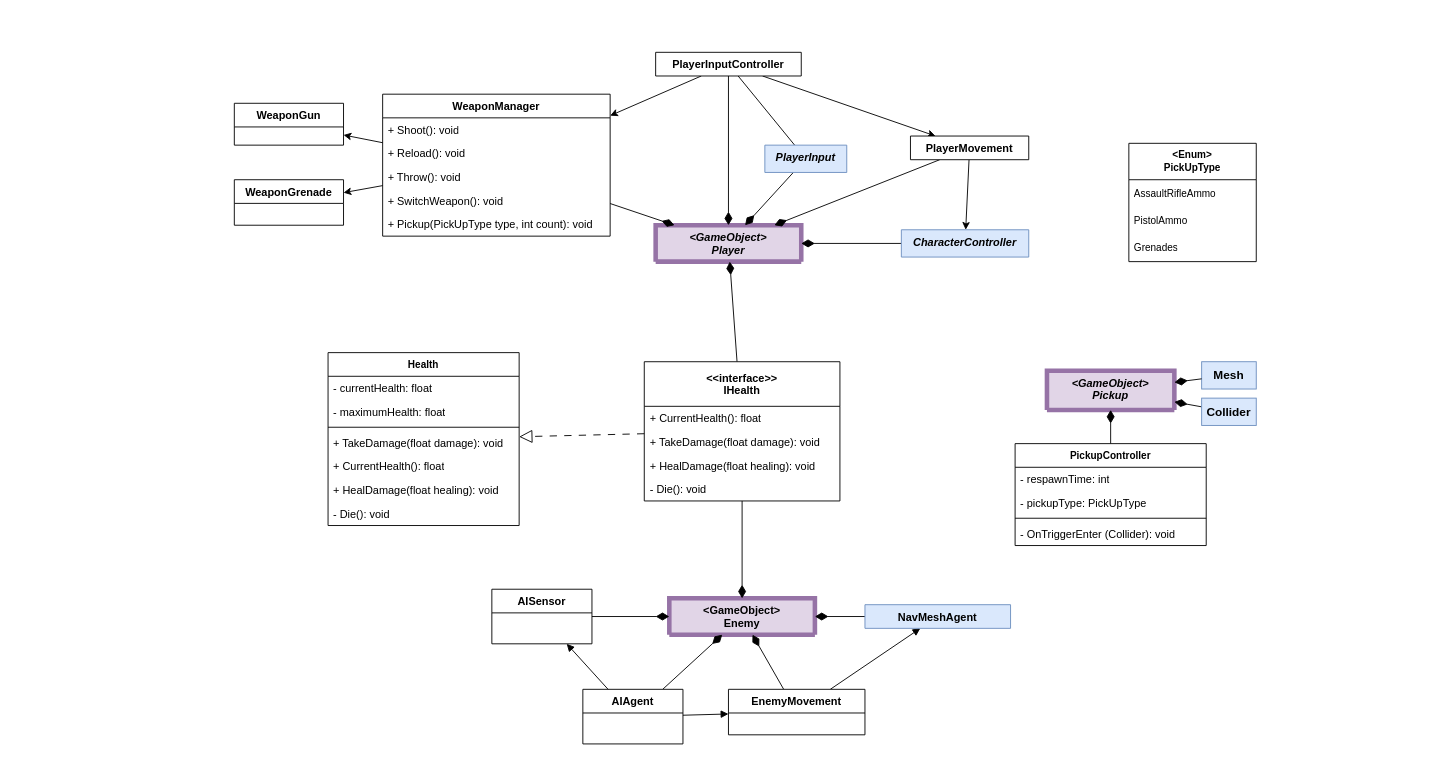
The draw.io diagram Entities.drawio in dana-jadzia/SGD213_Task-2-Wiki, before the edit. Source tidied: cells renumbered, new cells numbered last; positions are measured from the earlier drawing's top-left corner, leaving out a move shared by most shapes. Both pictures are drawn from the tidied source at 91%, with x=0, y=0 at pixel (234, 52).
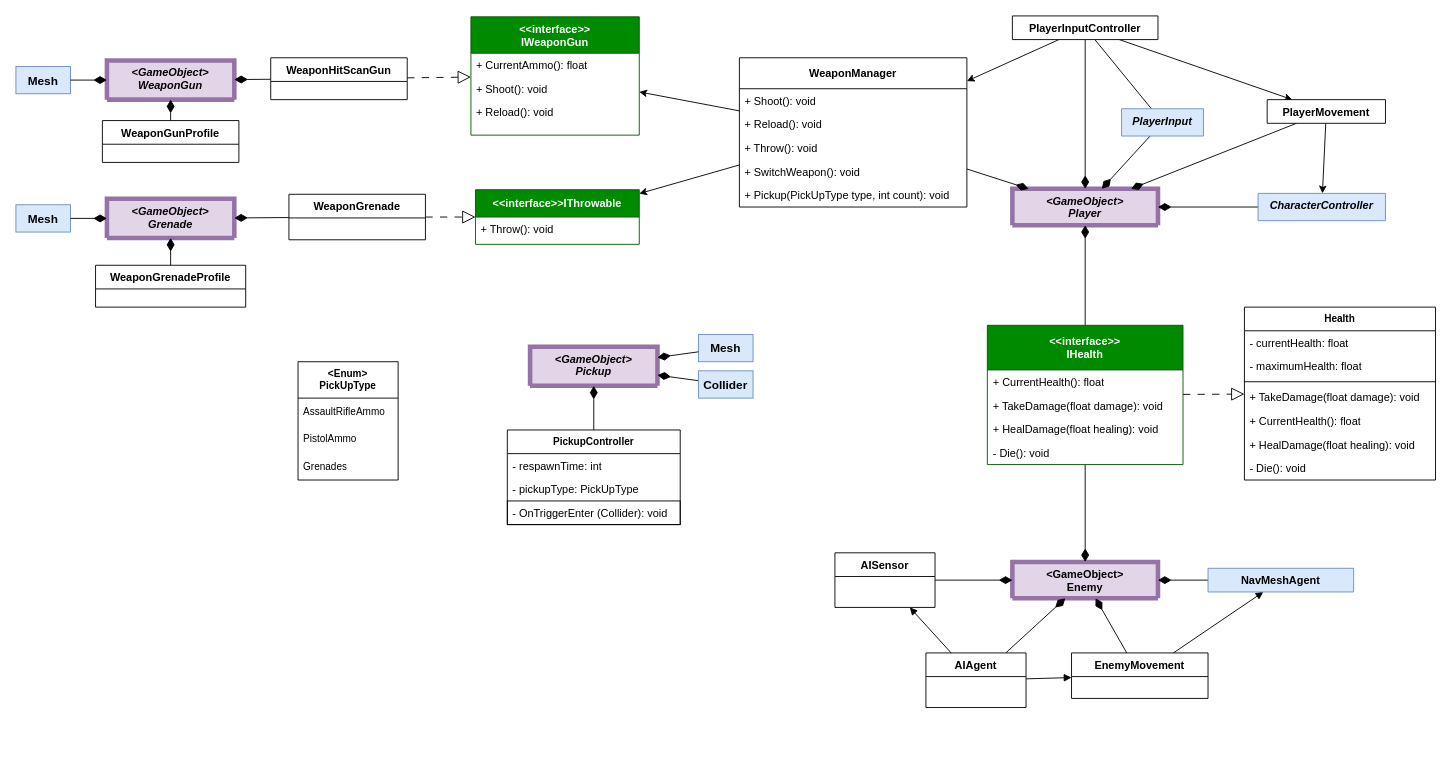
Above is the later version.

The edit, as a diff of the source:
```diff
@@
     <mxCell id="2" value="&lt;GameObject&gt;&#10;Player" style="swimlane;fontStyle=3;align=center;verticalAlign=top;horizontal=1;startSize=40;rounded=0;shadow=0;strokeWidth=5;fillColor=#e1d5e7;strokeColor=#9673a6;swimlaneFillColor=none;fillStyle=auto;" parent="1" vertex="1" collapsed="1">
-      <mxGeometry x="463" y="190" width="160" height="40" as="geometry" />
+      <mxGeometry x="855" y="150" width="160" height="40" as="geometry" />
     </mxCell>
     <mxCell id="3" value="&lt;GameObject&gt;&#10;Enemy" style="swimlane;fontStyle=1;align=center;verticalAlign=top;horizontal=1;startSize=40;rounded=0;shadow=0;strokeWidth=5;fillColor=#e1d5e7;strokeColor=#9673a6;" parent="1" vertex="1" collapsed="1">
-      <mxGeometry x="478" y="600" width="160" height="40" as="geometry" />
+      <mxGeometry x="855" y="560" width="160" height="40" as="geometry" />
     </mxCell>
-    <mxCell id="4" style="edgeStyle=none;shape=connector;rounded=0;jettySize=auto;html=1;strokeColor=default;align=center;verticalAlign=middle;fontFamily=Helvetica;fontSize=11;fontColor=default;labelBackgroundColor=default;endArrow=classic;" parent="1" edge="1" source="9" target="5">
-      <mxGeometry relative="1" as="geometry" />
-    </mxCell>
-    <mxCell id="5" value="WeaponGun" style="swimlane;fontStyle=1;align=center;verticalAlign=top;horizontal=1;startSize=26;rounded=0;shadow=0;strokeWidth=1;" parent="1" vertex="1">
-      <mxGeometry y="56" width="120" height="46" as="geometry" />
+    <mxCell id="5" value="WeaponHitScanGun" style="swimlane;fontStyle=1;align=center;verticalAlign=top;horizontal=1;startSize=26;rounded=0;shadow=0;strokeWidth=1;" parent="1" vertex="1">
+      <mxGeometry x="40" y="6" width="150" height="46" as="geometry" />
     </mxCell>
-    <mxCell id="6" style="edgeStyle=none;shape=connector;rounded=0;jettySize=auto;html=1;strokeColor=default;align=center;verticalAlign=middle;fontFamily=Helvetica;fontSize=11;fontColor=default;labelBackgroundColor=default;endArrow=classic;" parent="1" edge="1" source="9" target="7">
-      <mxGeometry relative="1" as="geometry" />
-    </mxCell>
     <mxCell id="7" value="WeaponGrenade" style="swimlane;fontStyle=1;align=center;verticalAlign=top;horizontal=1;startSize=26;rounded=0;shadow=0;strokeWidth=1;" parent="1" vertex="1">
-      <mxGeometry y="140" width="120" height="50" as="geometry" />
+      <mxGeometry x="60" y="156" width="150" height="50" as="geometry" />
     </mxCell>
@@
+    <mxCell id="69" style="rounded=0;jettySize=auto;html=1;" parent="1" edge="1" source="9" target="70">
+      <mxGeometry relative="1" as="geometry" />
+    </mxCell>
-    <mxCell id="9" value="WeaponManager" style="swimlane;fontStyle=1;align=center;verticalAlign=top;horizontal=1;startSize=26;rounded=0;shadow=0;strokeWidth=1;" parent="1" vertex="1">
-      <mxGeometry x="163" y="46" width="250" height="156" as="geometry" />
+    <mxCell id="9" value="WeaponManager" style="swimlane;fontStyle=1;align=center;verticalAlign=middle;horizontal=1;startSize=34;rounded=0;shadow=0;strokeWidth=1;" parent="1" vertex="1">
+      <mxGeometry x="555" y="6" width="250" height="164" as="geometry" />
     </mxCell>
     <mxCell id="10" value="+ Shoot(): void" style="text;strokeColor=none;fillColor=none;align=left;verticalAlign=top;spacingLeft=4;spacingRight=4;overflow=hidden;whiteSpace=wrap;html=1;" parent="9" vertex="1">
-      <mxGeometry y="26" width="250" height="26" as="geometry" />
+      <mxGeometry y="34" width="250" height="26" as="geometry" />
     </mxCell>
     <mxCell id="11" value="&lt;div&gt;+ Reload(): void&lt;/div&gt;" style="text;strokeColor=none;fillColor=none;align=left;verticalAlign=top;spacingLeft=4;spacingRight=4;overflow=hidden;whiteSpace=wrap;html=1;" parent="9" vertex="1">
-      <mxGeometry y="52" width="250" height="26" as="geometry" />
+      <mxGeometry y="60" width="250" height="26" as="geometry" />
     </mxCell>
     <mxCell id="12" value="+ Throw(): void" style="text;strokeColor=none;fillColor=none;align=left;verticalAlign=top;spacingLeft=4;spacingRight=4;overflow=hidden;whiteSpace=wrap;html=1;" parent="9" vertex="1">
-      <mxGeometry y="78" width="250" height="26" as="geometry" />
+      <mxGeometry y="86" width="250" height="26" as="geometry" />
     </mxCell>
     <mxCell id="13" value="+ SwitchWeapon(): void" style="text;strokeColor=none;fillColor=none;align=left;verticalAlign=top;spacingLeft=4;spacingRight=4;overflow=hidden;whiteSpace=wrap;html=1;" parent="9" vertex="1">
-      <mxGeometry y="104" width="250" height="26" as="geometry" />
+      <mxGeometry y="112" width="250" height="26" as="geometry" />
     </mxCell>
     <mxCell id="14" value="+ Pickup(PickUpType type, int count): void" style="text;strokeColor=none;fillColor=none;align=left;verticalAlign=top;spacingLeft=4;spacingRight=4;overflow=hidden;whiteSpace=wrap;html=1;" parent="9" vertex="1">
-      <mxGeometry y="130" width="250" height="26" as="geometry" />
+      <mxGeometry y="138" width="250" height="26" as="geometry" />
     </mxCell>
@@
     <mxCell id="19" value="PlayerInputController" style="swimlane;fontStyle=1;align=center;verticalAlign=top;horizontal=1;startSize=26;rounded=0;shadow=0;strokeWidth=1;" parent="1" vertex="1" collapsed="1">
-      <mxGeometry x="463" width="160" height="26" as="geometry" />
+      <mxGeometry x="855" y="-40" width="160" height="26" as="geometry" />
     </mxCell>
@@
     <mxCell id="22" value="PlayerMovement" style="swimlane;fontStyle=1;align=center;verticalAlign=top;horizontal=1;startSize=26;rounded=0;shadow=0;strokeWidth=1;" parent="1" vertex="1" collapsed="1">
-      <mxGeometry x="743" y="92" width="130" height="26" as="geometry" />
+      <mxGeometry x="1135" y="52" width="130" height="26" as="geometry" />
     </mxCell>
@@
     <mxCell id="27" value="AIAgent" style="swimlane;fontStyle=1;align=center;verticalAlign=top;horizontal=1;startSize=26;rounded=0;shadow=0;strokeWidth=1;" parent="1" vertex="1">
-      <mxGeometry x="383" y="700" width="110" height="60" as="geometry" />
+      <mxGeometry x="760" y="660" width="110" height="60" as="geometry" />
     </mxCell>
@@
     <mxCell id="30" value="EnemyMovement" style="swimlane;fontStyle=1;align=center;verticalAlign=top;horizontal=1;startSize=26;rounded=0;shadow=0;strokeWidth=1;" parent="1" vertex="1">
-      <mxGeometry x="543" y="700" width="150" height="50" as="geometry" />
+      <mxGeometry x="920" y="660" width="150" height="50" as="geometry" />
     </mxCell>
@@
     <mxCell id="33" value="AISensor" style="swimlane;fontStyle=1;align=center;verticalAlign=top;horizontal=1;startSize=26;rounded=0;shadow=0;strokeWidth=1;" parent="1" vertex="1">
-      <mxGeometry x="283" y="590" width="110" height="60" as="geometry" />
+      <mxGeometry x="660" y="550" width="110" height="60" as="geometry" />
     </mxCell>
@@
     <mxCell id="35" value="NavMeshAgent" style="swimlane;fontStyle=1;align=center;verticalAlign=top;horizontal=1;startSize=26;rounded=0;shadow=0;strokeWidth=1;fillColor=#dae8fc;strokeColor=#6c8ebf;" parent="1" vertex="1" collapsed="1">
-      <mxGeometry x="693" y="607" width="160" height="26" as="geometry" />
+      <mxGeometry x="1070" y="567" width="160" height="26" as="geometry" />
     </mxCell>
-    <mxCell id="36" value="&lt;&lt;interface&gt;&gt;&#10;IHealth" style="swimlane;fontStyle=1;align=center;verticalAlign=middle;horizontal=1;startSize=49;rounded=0;shadow=0;strokeWidth=1;" parent="1" vertex="1">
-      <mxGeometry x="450.5" y="340" width="215" height="153" as="geometry" />
+    <mxCell id="36" value="&lt;&lt;interface&gt;&gt;&#10;IHealth" style="swimlane;fontStyle=1;align=center;verticalAlign=middle;horizontal=1;startSize=49;rounded=0;shadow=0;strokeWidth=1;fillColor=light-dark(#008A00,#A4FFA9);fontColor=#ffffff;strokeColor=#005700;" parent="1" vertex="1">
+      <mxGeometry x="827.5" y="300" width="215" height="153" as="geometry" />
     </mxCell>
@@
     <mxCell id="42" value="CharacterController" style="swimlane;fontStyle=3;align=center;verticalAlign=top;horizontal=1;startSize=30;rounded=0;shadow=0;strokeWidth=1;fillColor=#dae8fc;strokeColor=#6c8ebf;" parent="1" vertex="1" collapsed="1">
-      <mxGeometry x="733" y="195" width="140" height="30" as="geometry" />
+      <mxGeometry x="1125" y="155" width="140" height="30" as="geometry" />
     </mxCell>
@@
     <mxCell id="45" value="PlayerInput" style="swimlane;fontStyle=3;align=center;verticalAlign=top;horizontal=1;startSize=30;rounded=0;shadow=0;strokeWidth=1;fillColor=#dae8fc;strokeColor=#6c8ebf;" parent="1" vertex="1" collapsed="1">
-      <mxGeometry x="583" y="102" width="90" height="30" as="geometry" />
+      <mxGeometry x="975" y="62" width="90" height="30" as="geometry" />
     </mxCell>
     <mxCell id="46" value="Health" style="swimlane;fontStyle=1;align=center;verticalAlign=top;horizontal=1;startSize=26;whiteSpace=wrap;html=1;fontFamily=Helvetica;fontSize=11;fontColor=default;labelBackgroundColor=default;" parent="1" vertex="1">
-      <mxGeometry x="103" y="330" width="210" height="190" as="geometry" />
+      <mxGeometry x="1110" y="280" width="210" height="190" as="geometry" />
     </mxCell>
@@
     <mxCell id="54" value="&lt;GameObject&gt;&#10;Pickup" style="swimlane;fontStyle=3;align=center;verticalAlign=top;horizontal=1;startSize=43;rounded=0;shadow=0;strokeWidth=5;fillColor=#e1d5e7;strokeColor=#9673a6;" parent="1" vertex="1" collapsed="1">
-      <mxGeometry x="893" y="350" width="140" height="43" as="geometry" />
+      <mxGeometry x="325" y="323.5" width="140" height="43" as="geometry" />
     </mxCell>
@@
     <mxCell id="56" value="&lt;span&gt;Mesh&lt;/span&gt;" style="html=1;whiteSpace=wrap;fontFamily=Helvetica;fontSize=13;labelBackgroundColor=none;fillColor=#dae8fc;strokeColor=#6c8ebf;fontStyle=1;" parent="1" vertex="1">
-      <mxGeometry x="1063" y="340" width="60" height="30" as="geometry" />
+      <mxGeometry x="510" y="310" width="60" height="30" as="geometry" />
     </mxCell>
@@
     <mxCell id="58" value="Collider" style="html=1;whiteSpace=wrap;fontFamily=Helvetica;fontSize=13;labelBackgroundColor=none;fillColor=#dae8fc;strokeColor=#6c8ebf;fontStyle=1;" parent="1" vertex="1">
-      <mxGeometry x="1063" y="380" width="60" height="30" as="geometry" />
+      <mxGeometry x="510" y="350" width="60" height="30" as="geometry" />
     </mxCell>
@@
-    <mxCell id="60" value="PickupController" style="swimlane;fontStyle=1;align=center;verticalAlign=top;horizontal=1;startSize=26;whiteSpace=wrap;html=1;fontFamily=Helvetica;fontSize=11;fontColor=default;labelBackgroundColor=default;" parent="1" vertex="1">
-      <mxGeometry x="858" y="430" width="210" height="112" as="geometry" />
+    <mxCell id="60" value="PickupController" style="swimlane;fontStyle=1;align=center;verticalAlign=top;horizontal=1;startSize=26;whiteSpace=wrap;html=1;fontFamily=Helvetica;fontSize=11;fontColor=default;labelBackgroundColor=default;strokeColor=default;" parent="1" vertex="1">
+      <mxGeometry x="300" y="415" width="190" height="104" as="geometry" />
     </mxCell>
     <mxCell id="61" value="- respawnTime: int" style="text;strokeColor=none;fillColor=none;align=left;verticalAlign=top;spacingLeft=4;spacingRight=4;overflow=hidden;whiteSpace=wrap;html=1;" parent="60" vertex="1">
-      <mxGeometry y="26" width="210" height="26" as="geometry" />
+      <mxGeometry y="26" width="190" height="26" as="geometry" />
     </mxCell>
     <mxCell id="62" value="- pickupType: PickUpType" style="text;strokeColor=none;fillColor=none;align=left;verticalAlign=top;spacingLeft=4;spacingRight=4;overflow=hidden;whiteSpace=wrap;html=1;" parent="60" vertex="1">
-      <mxGeometry y="52" width="210" height="26" as="geometry" />
+      <mxGeometry y="52" width="190" height="26" as="geometry" />
     </mxCell>
-    <mxCell id="63" style="line;strokeWidth=1;fillColor=none;align=left;verticalAlign=middle;spacingTop=-1;spacingLeft=3;spacingRight=3;labelPosition=right;strokeColor=inherit;fontFamily=Helvetica;fontSize=11;fontColor=default;labelBackgroundColor=default;" parent="60" vertex="1">
-      <mxGeometry y="78" width="210" height="8" as="geometry" />
-    </mxCell>
-    <mxCell id="64" value="- OnTriggerEnter (Collider): void" style="text;strokeColor=none;fillColor=none;align=left;verticalAlign=top;spacingLeft=4;spacingRight=4;overflow=hidden;whiteSpace=wrap;html=1;" parent="60" vertex="1">
-      <mxGeometry y="86" width="210" height="26" as="geometry" />
+    <mxCell id="64" value="- OnTriggerEnter (Collider): void" style="text;strokeColor=default;fillColor=none;align=left;verticalAlign=top;spacingLeft=4;spacingRight=4;overflow=hidden;whiteSpace=wrap;html=1;" parent="60" vertex="1">
+      <mxGeometry y="78" width="190" height="26" as="geometry" />
     </mxCell>
     <mxCell id="65" value="&lt;div&gt;&lt;b&gt;&amp;lt;Enum&amp;gt;&lt;/b&gt;&lt;/div&gt;&lt;div&gt;&lt;b&gt;PickUpType&lt;/b&gt;&lt;/div&gt;" style="swimlane;fontStyle=0;horizontal=1;startSize=40;whiteSpace=wrap;html=1;fontFamily=Helvetica;fontSize=11;fontColor=default;labelBackgroundColor=default;" parent="1" vertex="1">
-      <mxGeometry x="983" y="100" width="140" height="130" as="geometry" />
+      <mxGeometry x="70" y="340" width="110" height="130" as="geometry" />
     </mxCell>
     <mxCell id="66" value="AssaultRifleAmmo" style="text;strokeColor=none;fillColor=none;align=left;verticalAlign=middle;spacingLeft=4;spacingRight=4;overflow=hidden;whiteSpace=wrap;html=1;fontFamily=Helvetica;fontSize=11;fontColor=default;labelBackgroundColor=default;" parent="65" vertex="1">
-      <mxGeometry y="40" width="140" height="30" as="geometry" />
+      <mxGeometry y="40" width="110" height="30" as="geometry" />
     </mxCell>
     <mxCell id="67" value="PistolAmmo" style="text;strokeColor=none;fillColor=none;align=left;verticalAlign=middle;spacingLeft=4;spacingRight=4;overflow=hidden;whiteSpace=wrap;html=1;fontFamily=Helvetica;fontSize=11;fontColor=default;labelBackgroundColor=default;" parent="65" vertex="1">
-      <mxGeometry y="70" width="140" height="30" as="geometry" />
+      <mxGeometry y="70" width="110" height="30" as="geometry" />
     </mxCell>
     <mxCell id="68" value="Grenades" style="text;strokeColor=none;fillColor=none;align=left;verticalAlign=middle;spacingLeft=4;spacingRight=4;overflow=hidden;whiteSpace=wrap;html=1;fontFamily=Helvetica;fontSize=11;fontColor=default;labelBackgroundColor=default;" parent="65" vertex="1">
-      <mxGeometry y="100" width="140" height="30" as="geometry" />
+      <mxGeometry y="100" width="110" height="30" as="geometry" />
     </mxCell>
+    <mxCell id="70" value="&lt;&lt;interface&gt;&gt;&#10;IWeaponGun" style="swimlane;fontStyle=1;align=center;verticalAlign=middle;horizontal=1;startSize=40;rounded=0;shadow=0;strokeWidth=1;fillColor=light-dark(#008A00,#A4FFA9);fontColor=#ffffff;strokeColor=#005700;" parent="1" vertex="1">
+      <mxGeometry x="260" y="-39" width="185" height="130" as="geometry" />
+    </mxCell>
+    <mxCell id="71" value="+ CurrentAmmo(): float" style="text;strokeColor=none;fillColor=none;align=left;verticalAlign=top;spacingLeft=4;spacingRight=4;overflow=hidden;whiteSpace=wrap;html=1;" parent="70" vertex="1">
+      <mxGeometry y="40" width="185" height="26" as="geometry" />
+    </mxCell>
+    <mxCell id="72" value="+ Shoot(): void" style="text;strokeColor=none;fillColor=none;align=left;verticalAlign=top;spacingLeft=4;spacingRight=4;overflow=hidden;whiteSpace=wrap;html=1;" parent="70" vertex="1">
+      <mxGeometry y="66" width="185" height="26" as="geometry" />
+    </mxCell>
+    <mxCell id="73" value="+ Reload(): void" style="text;strokeColor=none;fillColor=none;align=left;verticalAlign=top;spacingLeft=4;spacingRight=4;overflow=hidden;whiteSpace=wrap;html=1;" parent="70" vertex="1">
+      <mxGeometry y="92" width="185" height="26" as="geometry" />
+    </mxCell>
+    <mxCell id="74" style="rounded=0;jettySize=auto;html=1;endSize=12;endArrow=block;endFill=0;dashed=1;dashPattern=8 8;" parent="1" edge="1" source="5" target="70">
+      <mxGeometry relative="1" as="geometry" />
+    </mxCell>
+    <mxCell id="75" value="&lt;GameObject&gt;&#10;WeaponGun" style="swimlane;fontStyle=3;align=center;verticalAlign=top;horizontal=1;startSize=43;rounded=0;shadow=0;strokeWidth=5;fillColor=#e1d5e7;strokeColor=#9673a6;" parent="1" vertex="1" collapsed="1">
+      <mxGeometry x="-140" y="9" width="140" height="43" as="geometry" />
+    </mxCell>
+    <mxCell id="76" style="rounded=0;jettySize=auto;html=1;endArrow=diamondThin;endFill=1;startSize=6;endSize=12;" parent="1" edge="1" source="5" target="75">
+      <mxGeometry relative="1" as="geometry" />
+    </mxCell>
+    <mxCell id="77" value="&lt;GameObject&gt;&#10;Grenade" style="swimlane;fontStyle=3;align=center;verticalAlign=top;horizontal=1;startSize=43;rounded=0;shadow=0;strokeWidth=5;fillColor=#e1d5e7;strokeColor=#9673a6;" parent="1" vertex="1" collapsed="1">
+      <mxGeometry x="-140" y="161" width="140" height="43" as="geometry" />
+    </mxCell>
+    <mxCell id="78" style="rounded=0;jettySize=auto;html=1;endArrow=diamondThin;endFill=1;startSize=6;endSize=12;" parent="1" edge="1" source="7" target="77">
+      <mxGeometry relative="1" as="geometry" />
+    </mxCell>
+    <mxCell id="79" value="&lt;&lt;interface&gt;&gt;IThrowable" style="swimlane;fontStyle=1;align=center;verticalAlign=middle;horizontal=1;startSize=30;rounded=0;shadow=0;strokeWidth=1;fillColor=light-dark(#008A00,#A4FFA9);fontColor=#ffffff;strokeColor=#005700;" parent="1" vertex="1">
+      <mxGeometry x="265" y="151" width="180" height="60" as="geometry" />
+    </mxCell>
+    <mxCell id="80" value="+ Throw(): void" style="text;strokeColor=none;fillColor=none;align=left;verticalAlign=top;spacingLeft=4;spacingRight=4;overflow=hidden;whiteSpace=wrap;html=1;" parent="79" vertex="1">
+      <mxGeometry y="30" width="180" height="26" as="geometry" />
+    </mxCell>
+    <mxCell id="81" style="rounded=0;jettySize=auto;html=1;endSize=12;endArrow=block;endFill=0;dashed=1;dashPattern=8 8;" parent="1" edge="1" source="7" target="79">
+      <mxGeometry relative="1" as="geometry" />
+    </mxCell>
+    <mxCell id="82" style="rounded=0;jettySize=auto;html=1;" parent="1" edge="1" source="9" target="79">
+      <mxGeometry relative="1" as="geometry" />
+    </mxCell>
+    <mxCell id="83" value="&lt;span&gt;Mesh&lt;/span&gt;" style="html=1;whiteSpace=wrap;fontFamily=Helvetica;fontSize=13;labelBackgroundColor=none;fillColor=#dae8fc;strokeColor=#6c8ebf;fontStyle=1;" parent="1" vertex="1">
+      <mxGeometry x="-240" y="15.5" width="60" height="30" as="geometry" />
+    </mxCell>
+    <mxCell id="84" style="rounded=0;jettySize=auto;html=1;endArrow=diamondThin;endFill=1;endSize=12;" parent="1" edge="1" source="83" target="75">
+      <mxGeometry relative="1" as="geometry" />
+    </mxCell>
+    <mxCell id="85" value="WeaponGunProfile" style="swimlane;fontStyle=1;align=center;verticalAlign=top;horizontal=1;startSize=26;rounded=0;shadow=0;strokeWidth=1;" parent="1" vertex="1">
+      <mxGeometry x="-145" y="75" width="150" height="46" as="geometry" />
+    </mxCell>
+    <mxCell id="86" style="rounded=0;jettySize=auto;html=1;endArrow=diamondThin;endFill=1;endSize=12;" parent="1" edge="1" source="85" target="75">
+      <mxGeometry relative="1" as="geometry" />
+    </mxCell>
+    <mxCell id="87" value="WeaponGrenadeProfile" style="swimlane;fontStyle=1;align=center;verticalAlign=top;horizontal=1;startSize=26;rounded=0;shadow=0;strokeWidth=1;" parent="1" vertex="1">
+      <mxGeometry x="-152.5" y="234" width="165" height="46" as="geometry" />
+    </mxCell>
+    <mxCell id="88" style="rounded=0;jettySize=auto;html=1;endArrow=diamondThin;endFill=1;endSize=12;" parent="1" edge="1" source="87" target="77">
+      <mxGeometry relative="1" as="geometry" />
+    </mxCell>
+    <mxCell id="89" value="&lt;span&gt;Mesh&lt;/span&gt;" style="html=1;whiteSpace=wrap;fontFamily=Helvetica;fontSize=13;labelBackgroundColor=none;fillColor=#dae8fc;strokeColor=#6c8ebf;fontStyle=1;" parent="1" vertex="1">
+      <mxGeometry x="-240" y="167.5" width="60" height="30" as="geometry" />
+    </mxCell>
+    <mxCell id="90" style="rounded=0;jettySize=auto;html=1;endArrow=diamondThin;endFill=1;endSize=12;" parent="1" edge="1" source="89" target="77">
+      <mxGeometry relative="1" as="geometry" />
+    </mxCell>
```
